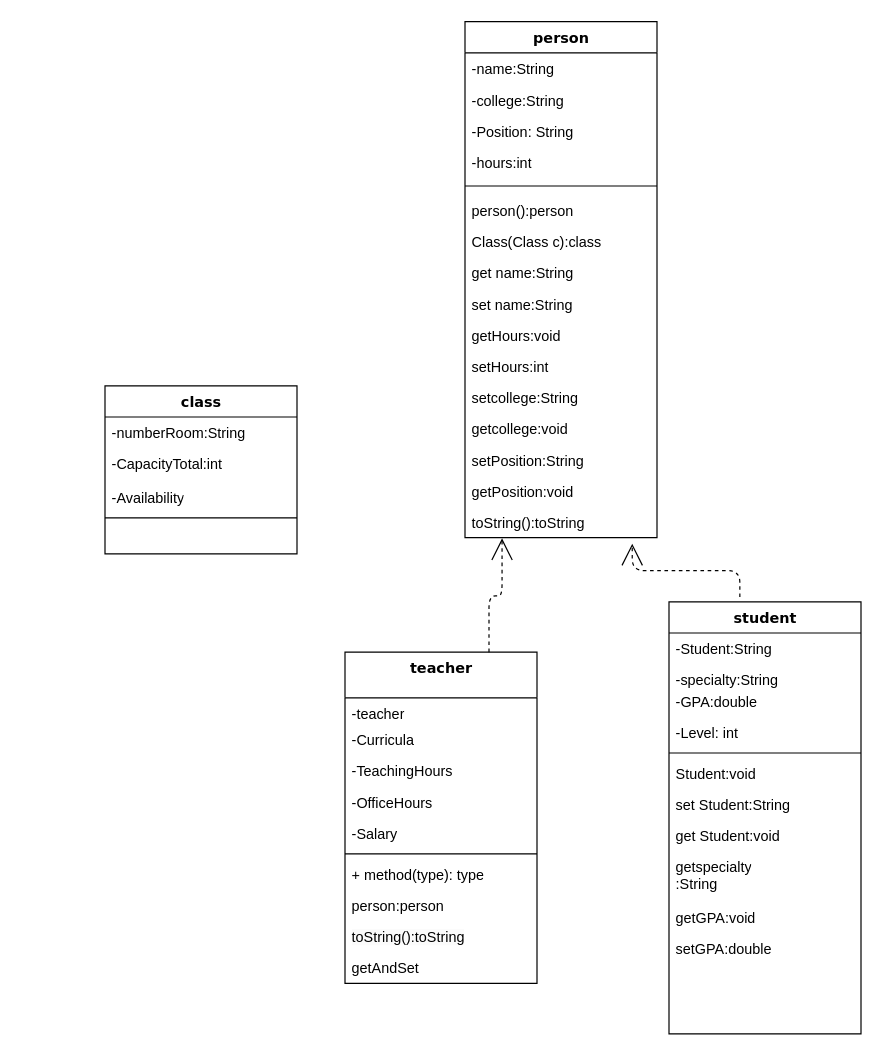
Earlier version of the draw.io diagram sstu.drawio (xy6x/LAB7). Source tidied: cells renumbered, new cells numbered last; positions are measured from the earlier drawing's top-left corner, leaving out a move shared by most shapes. Both pictures are drawn from the tidied source at 120%, with x=0, y=0 at pixel (104, 20).
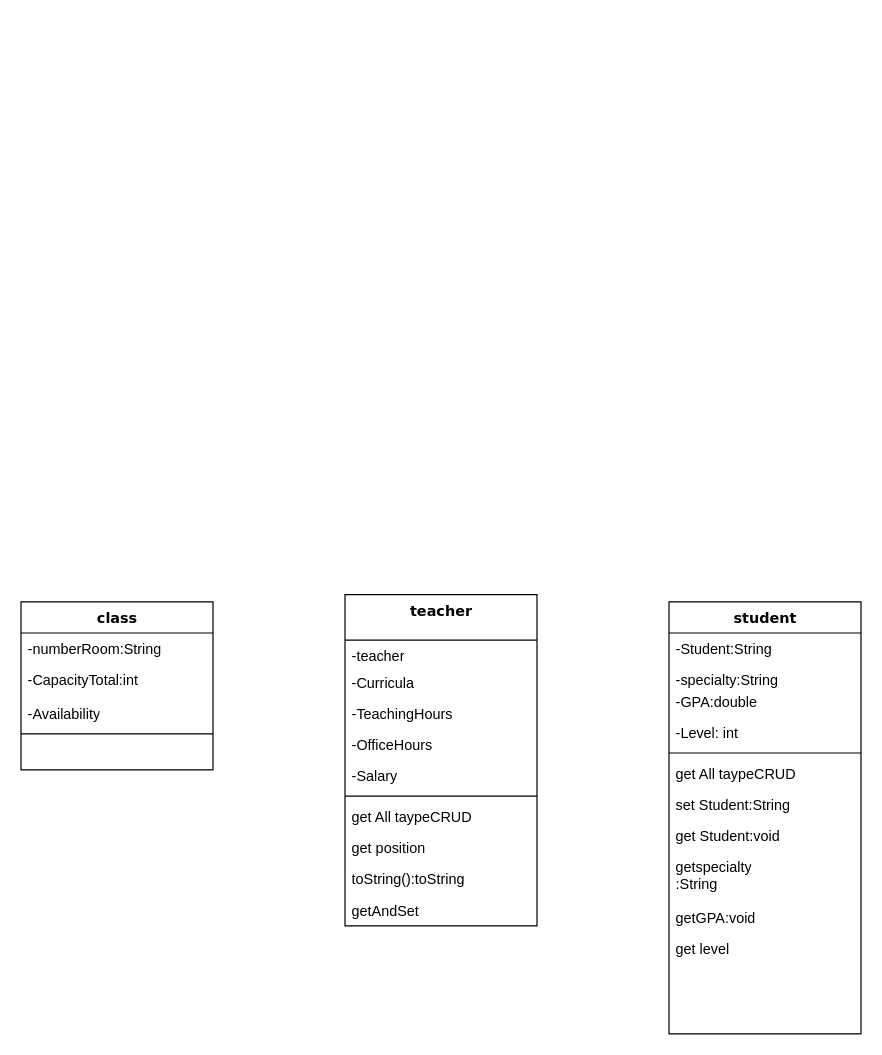
After the change.

Unchanged cells that the change refers to:
```xml
<mxCell id="35" value="student" style="swimlane;html=1;fontStyle=1;align=center;verticalAlign=top;horizontal=1;startSize=26;swimlaneFillColor=#ffffff;rounded=0;shadow=0;comic=0;labelBackgroundColor=none;strokeWidth=1;fillColor=none;fontFamily=Verdana;fontSize=12;" parent="1" vertex="1">
  <mxGeometry x="470" y="484" width="160" height="360" as="geometry" />
</mxCell>
```

The edit, as a diff of the source:
```diff
@@
-    <mxCell id="2" value="person" style="swimlane;html=1;fontStyle=1;align=center;verticalAlign=top;horizontal=1;startSize=26;swimlaneFillColor=#ffffff;rounded=0;shadow=0;comic=0;labelBackgroundColor=none;strokeWidth=1;fillColor=none;fontFamily=Verdana;fontSize=12;" parent="1" vertex="1">
-      <mxGeometry x="300" y="0.5" width="160" height="430" as="geometry" />
-    </mxCell>
-    <mxCell id="3" value="-name:String" style="text;html=1;strokeColor=none;fillColor=none;align=left;verticalAlign=top;spacingLeft=4;spacingRight=4;whiteSpace=wrap;overflow=hidden;" parent="2" vertex="1">
-      <mxGeometry y="26" width="160" height="26" as="geometry" />
-    </mxCell>
-    <mxCell id="4" value="-college:String" style="text;html=1;strokeColor=none;fillColor=none;align=left;verticalAlign=top;spacingLeft=4;spacingRight=4;whiteSpace=wrap;overflow=hidden;" parent="2" vertex="1">
-      <mxGeometry y="52" width="160" height="26" as="geometry" />
-    </mxCell>
-    <mxCell id="5" value="-Position: String" style="text;html=1;strokeColor=none;fillColor=none;align=left;verticalAlign=top;spacingLeft=4;spacingRight=4;whiteSpace=wrap;overflow=hidden;" parent="2" vertex="1">
-      <mxGeometry y="78" width="160" height="26" as="geometry" />
-    </mxCell>
-    <mxCell id="6" value="-hours:int" style="text;html=1;strokeColor=none;fillColor=none;align=left;verticalAlign=top;spacingLeft=4;spacingRight=4;whiteSpace=wrap;overflow=hidden;" parent="2" vertex="1">
-      <mxGeometry y="104" width="160" height="26" as="geometry" />
-    </mxCell>
-    <mxCell id="7" style="line;html=1;strokeWidth=1;fillColor=none;align=left;verticalAlign=middle;spacingTop=-1;spacingLeft=3;spacingRight=3;labelPosition=right;" parent="2" vertex="1">
-      <mxGeometry y="130" width="160" height="14" as="geometry" />
-    </mxCell>
-    <mxCell id="8" value="person():person" style="text;html=1;strokeColor=none;fillColor=none;align=left;verticalAlign=top;spacingLeft=4;spacingRight=4;whiteSpace=wrap;overflow=hidden;" parent="2" vertex="1">
-      <mxGeometry y="144" width="160" height="26" as="geometry" />
-    </mxCell>
-    <mxCell id="9" value="Class(Class c):class" style="text;html=1;strokeColor=none;fillColor=none;align=left;verticalAlign=top;spacingLeft=4;spacingRight=4;whiteSpace=wrap;overflow=hidden;" parent="2" vertex="1">
-      <mxGeometry y="170" width="160" height="26" as="geometry" />
-    </mxCell>
-    <mxCell id="10" value="get name:String" style="text;html=1;strokeColor=none;fillColor=none;align=left;verticalAlign=top;spacingLeft=4;spacingRight=4;whiteSpace=wrap;overflow=hidden;" parent="2" vertex="1">
-      <mxGeometry y="196" width="160" height="26" as="geometry" />
-    </mxCell>
-    <mxCell id="11" value="set name:String" style="text;html=1;strokeColor=none;fillColor=none;align=left;verticalAlign=top;spacingLeft=4;spacingRight=4;whiteSpace=wrap;overflow=hidden;" parent="2" vertex="1">
-      <mxGeometry y="222" width="160" height="26" as="geometry" />
-    </mxCell>
-    <mxCell id="12" value="getHours:void" style="text;html=1;strokeColor=none;fillColor=none;align=left;verticalAlign=top;spacingLeft=4;spacingRight=4;whiteSpace=wrap;overflow=hidden;" parent="2" vertex="1">
-      <mxGeometry y="248" width="160" height="26" as="geometry" />
-    </mxCell>
-    <mxCell id="13" value="setHours:int" style="text;html=1;strokeColor=none;fillColor=none;align=left;verticalAlign=top;spacingLeft=4;spacingRight=4;whiteSpace=wrap;overflow=hidden;" parent="2" vertex="1">
-      <mxGeometry y="274" width="160" height="26" as="geometry" />
-    </mxCell>
-    <mxCell id="14" value="setcollege:String" style="text;html=1;strokeColor=none;fillColor=none;align=left;verticalAlign=top;spacingLeft=4;spacingRight=4;whiteSpace=wrap;overflow=hidden;" parent="2" vertex="1">
-      <mxGeometry y="300" width="160" height="26" as="geometry" />
-    </mxCell>
-    <mxCell id="15" value="getcollege:void" style="text;html=1;strokeColor=none;fillColor=none;align=left;verticalAlign=top;spacingLeft=4;spacingRight=4;whiteSpace=wrap;overflow=hidden;" parent="2" vertex="1">
-      <mxGeometry y="326" width="160" height="26" as="geometry" />
-    </mxCell>
-    <mxCell id="16" value="setPosition:String" style="text;html=1;strokeColor=none;fillColor=none;align=left;verticalAlign=top;spacingLeft=4;spacingRight=4;whiteSpace=wrap;overflow=hidden;" parent="2" vertex="1">
-      <mxGeometry y="352" width="160" height="26" as="geometry" />
-    </mxCell>
-    <mxCell id="17" value="getPosition:void" style="text;html=1;strokeColor=none;fillColor=none;align=left;verticalAlign=top;spacingLeft=4;spacingRight=4;whiteSpace=wrap;overflow=hidden;" parent="2" vertex="1">
-      <mxGeometry y="378" width="160" height="26" as="geometry" />
-    </mxCell>
-    <mxCell id="18" value="toString():toString" style="text;html=1;strokeColor=none;fillColor=none;align=left;verticalAlign=top;spacingLeft=4;spacingRight=4;whiteSpace=wrap;overflow=hidden;points=[[0,0.5],[1,0.5]];portConstraint=eastwest;" parent="2" vertex="1">
-      <mxGeometry y="404" width="160" height="26" as="geometry" />
-    </mxCell>
     <mxCell id="19" value="class" style="swimlane;html=1;fontStyle=1;align=center;verticalAlign=top;horizontal=1;startSize=26;swimlaneFillColor=#ffffff;rounded=0;shadow=0;comic=0;labelBackgroundColor=none;strokeWidth=1;fillColor=none;fontFamily=Verdana;fontSize=12;" parent="1" vertex="1">
-      <mxGeometry y="304" width="160" height="140" as="geometry" />
+      <mxGeometry x="-70" y="484" width="160" height="140" as="geometry" />
     </mxCell>
@@
     <mxCell id="24" value="teacher" style="swimlane;html=1;fontStyle=1;align=center;verticalAlign=top;horizontal=1;startSize=38;swimlaneFillColor=#ffffff;rounded=0;shadow=0;comic=0;labelBackgroundColor=none;strokeWidth=1;fillColor=none;fontFamily=Verdana;fontSize=12;" parent="1" vertex="1">
-      <mxGeometry x="200" y="526" width="160" height="276" as="geometry" />
+      <mxGeometry x="200" y="478" width="160" height="276" as="geometry" />
     </mxCell>
@@
-    <mxCell id="31" value="+ method(type): type" style="text;html=1;strokeColor=none;fillColor=none;align=left;verticalAlign=top;spacingLeft=4;spacingRight=4;whiteSpace=wrap;overflow=hidden;" parent="24" vertex="1">
+    <mxCell id="31" value="get All taypeCRUD" style="text;html=1;strokeColor=none;fillColor=none;align=left;verticalAlign=top;spacingLeft=4;spacingRight=4;whiteSpace=wrap;overflow=hidden;" parent="24" vertex="1">
       <mxGeometry y="172" width="160" height="26" as="geometry" />
     </mxCell>
-    <mxCell id="32" value="person:person" style="text;html=1;strokeColor=none;fillColor=none;align=left;verticalAlign=top;spacingLeft=4;spacingRight=4;whiteSpace=wrap;overflow=hidden;" parent="24" vertex="1">
+    <mxCell id="32" value="get position" style="text;html=1;strokeColor=none;fillColor=none;align=left;verticalAlign=top;spacingLeft=4;spacingRight=4;whiteSpace=wrap;overflow=hidden;" parent="24" vertex="1">
       <mxGeometry y="198" width="160" height="26" as="geometry" />
     </mxCell>
@@
-    <mxCell id="41" value="Student:void" style="text;html=1;strokeColor=none;fillColor=none;align=left;verticalAlign=top;spacingLeft=4;spacingRight=4;whiteSpace=wrap;overflow=hidden;" parent="35" vertex="1">
+    <mxCell id="41" value="get All taypeCRUD" style="text;html=1;strokeColor=none;fillColor=none;align=left;verticalAlign=top;spacingLeft=4;spacingRight=4;whiteSpace=wrap;overflow=hidden;" parent="35" vertex="1">
       <mxGeometry y="130" width="160" height="26" as="geometry" />
     </mxCell>
@@
-    <mxCell id="46" value="setGPA:double" style="text;html=1;strokeColor=none;fillColor=none;align=left;verticalAlign=top;spacingLeft=4;spacingRight=4;whiteSpace=wrap;overflow=hidden;" parent="35" vertex="1">
+    <mxCell id="46" value="get level" style="text;html=1;strokeColor=none;fillColor=none;align=left;verticalAlign=top;spacingLeft=4;spacingRight=4;whiteSpace=wrap;overflow=hidden;" parent="35" vertex="1">
       <mxGeometry y="276" width="160" height="26" as="geometry" />
     </mxCell>
-    <mxCell id="47" style="edgeStyle=elbowEdgeStyle;html=1;labelBackgroundColor=none;startFill=0;startSize=8;endArrow=open;endFill=0;endSize=16;fontFamily=Verdana;fontSize=12;elbow=vertical;dashed=1;exitX=0.369;exitY=-0.011;exitDx=0;exitDy=0;exitPerimeter=0;entryX=0.871;entryY=1.194;entryDx=0;entryDy=0;entryPerimeter=0;" parent="1" edge="1" source="35" target="18">
-      <mxGeometry relative="1" as="geometry" />
-    </mxCell>
-    <mxCell id="48" style="edgeStyle=elbowEdgeStyle;html=1;labelBackgroundColor=none;startFill=0;startSize=8;endArrow=open;endFill=0;endSize=16;fontFamily=Verdana;fontSize=12;elbow=vertical;dashed=1;exitX=0.75;exitY=0;exitDx=0;exitDy=0;entryX=0.193;entryY=1.024;entryDx=0;entryDy=0;entryPerimeter=0;" parent="1" edge="1" source="24" target="18">
-      <mxGeometry relative="1" as="geometry" />
-    </mxCell>
```
